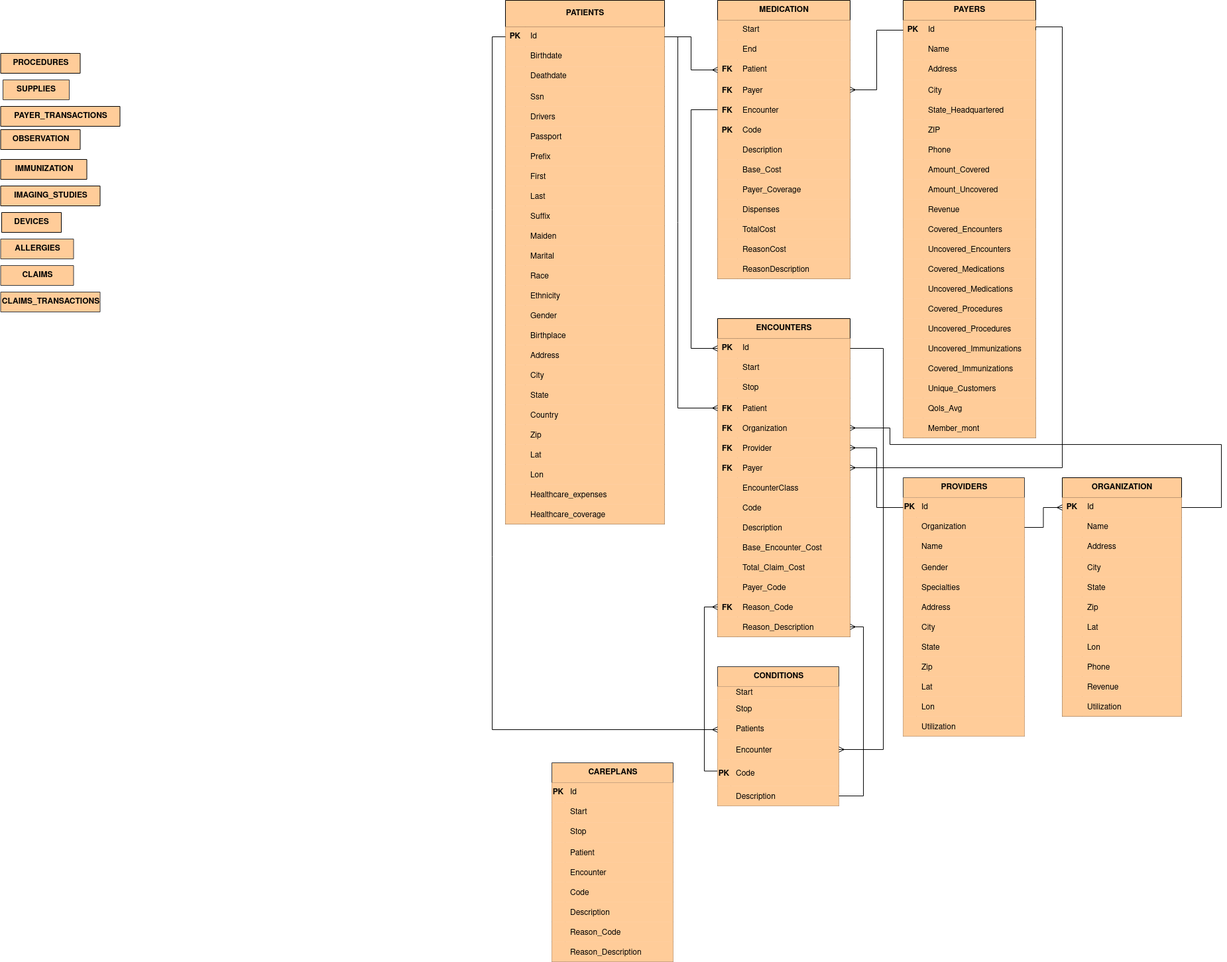
Before: BigDataProject.drawio.png, a diagram exported from draw.io (UtsuroNoArashi/BigDataProject). Source tidied: cells renumbered, new cells last; positions are measured from the earlier drawing's top-left corner, leaving out a move shared by most shapes.
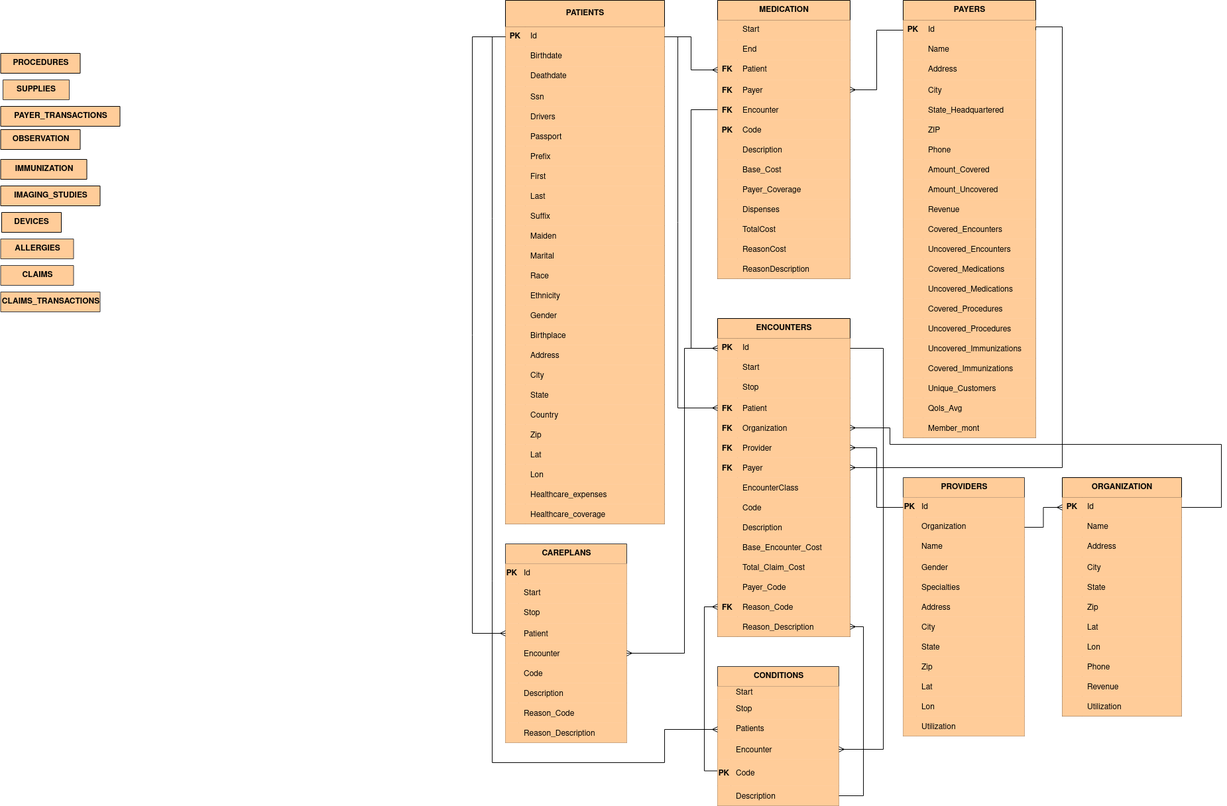
Later version of the same file.

Change to the diagram source:
```diff
@@ -123,7 +123,7 @@
       <mxGeometry x="0.5" y="80" width="120" height="30" as="geometry" />
     </mxCell>
     <mxCell id="42" value="CAREPLANS" style="shape=table;startSize=30;rowLines=0;fontStyle=1;align=center;html=1;fillColor=light-dark(#FFCC99,#B98351);strokeColor=light-dark(#36393D,#DDE2E4);fontColor=light-dark(#000000,#000000);" parent="1" vertex="1">
-      <mxGeometry x="832" y="1150" width="183" height="300" as="geometry" />
+      <mxGeometry x="762" y="820" width="183" height="300" as="geometry" />
     </mxCell>
     <mxCell id="43" style="shape=tableRow;horizontal=0;startSize=0;swimlaneHead=0;swimlaneBody=0;fillColor=light-dark(#FFCC99,#B98351);top=0;left=0;right=0;bottom=0;strokeColor=light-dark(#36393D,#DDE2E4);fontColor=light-dark(#000000,#000000);" parent="42" vertex="1">
       <mxGeometry y="30" width="183" height="30" as="geometry" />
@@ -1126,7 +1126,30 @@
       </mxGeometry>
     </mxCell>
     <mxCell id="367" style="edgeStyle=orthogonalEdgeStyle;rounded=0;jettySize=auto;html=1;exitX=0;exitY=0.5;exitDx=0;exitDy=0;entryX=0;entryY=0.5;entryDx=0;entryDy=0;endArrow=ERmany;endFill=0;" parent="1" edge="1" source="137" target="352">
-      <mxGeometry relative="1" as="geometry" />
+      <mxGeometry relative="1" as="geometry">
+        <Array as="points">
+          <mxPoint x="742" y="55" />
+          <mxPoint x="742" y="1150" />
+          <mxPoint x="1002" y="1150" />
+          <mxPoint x="1002" y="1100" />
+        </Array>
+      </mxGeometry>
     </mxCell>
+    <mxCell id="368" style="edgeStyle=orthogonalEdgeStyle;rounded=0;jettySize=auto;html=1;exitX=0;exitY=0.5;exitDx=0;exitDy=0;entryX=0;entryY=0.5;entryDx=0;entryDy=0;endArrow=ERmany;endFill=0;" parent="1" edge="1" source="137" target="52">
+      <mxGeometry relative="1" as="geometry">
+        <Array as="points">
+          <mxPoint x="712" y="55" />
+          <mxPoint x="712" y="955" />
+        </Array>
+      </mxGeometry>
+    </mxCell>
+    <mxCell id="369" style="edgeStyle=orthogonalEdgeStyle;rounded=0;jettySize=auto;html=1;exitX=1;exitY=0.5;exitDx=0;exitDy=0;endArrow=none;startFill=0;startArrow=ERmany;" parent="1" edge="1" source="55" target="291">
+      <mxGeometry relative="1" as="geometry">
+        <Array as="points">
+          <mxPoint x="1032" y="985" />
+          <mxPoint x="1032" y="525" />
+        </Array>
+      </mxGeometry>
+    </mxCell>
   </root>
 </mxGraphModel>
```
